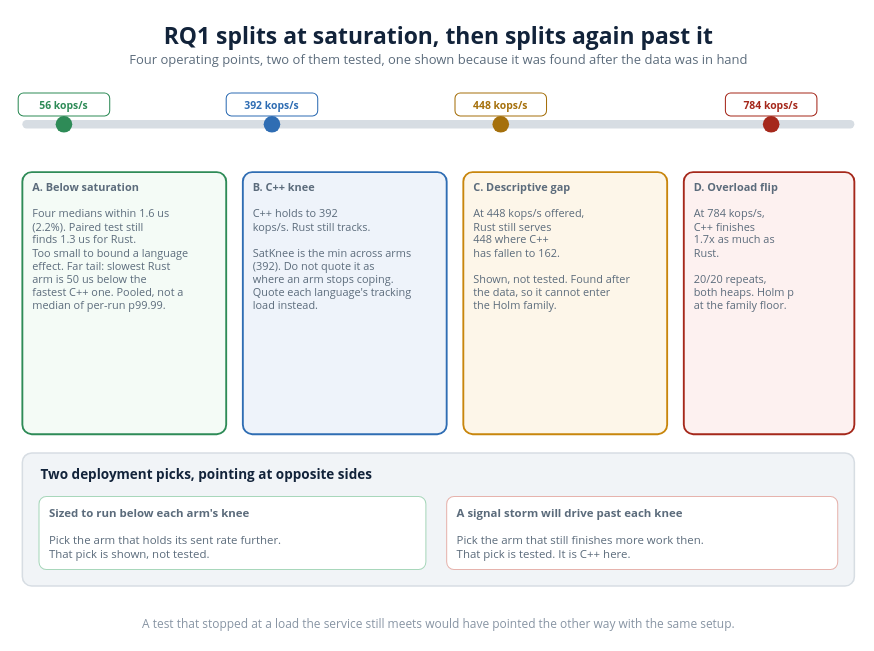
Above: page "Load regimes (RQ1)" (9 of 30) of diagrams/review/thesis_v3_review.drawio in VienThanh12/Master-Thesis (draw.io), before the change. Source tidied: cells renumbered, new cells numbered last; positions are measured from the earlier drawing's top-left corner, leaving out a move shared by most shapes. Both pictures are drawn from the tidied source at 104%, with x=0, y=0 at pixel (18, 17).
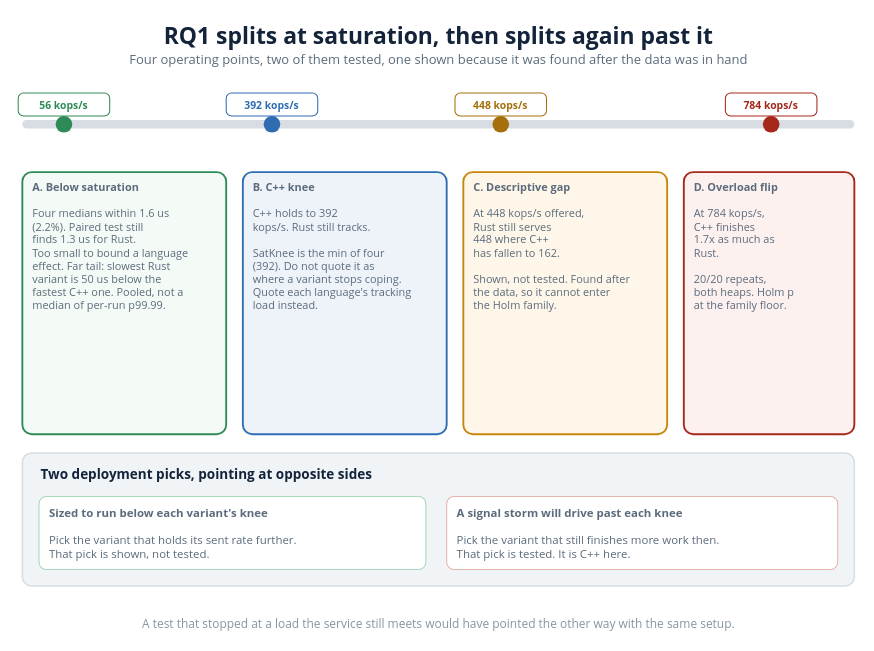
The same page after the edit.

Diff of the diagram source:
```diff
@@
-    <mxCell id="13" value="&lt;b&gt;A.  Below saturation&lt;/b&gt;&lt;br&gt;&lt;br&gt;Four medians within 1.6 us&lt;br&gt;(2.2%). Paired test still&lt;br&gt;finds 1.3 us for Rust.&lt;br&gt;Too small to bound a language&lt;br&gt;effect. Far tail: slowest Rust&lt;br&gt;arm is 50 us below the&lt;br&gt;fastest C++ one. Pooled, not a&lt;br&gt;median of per-run p99.99." style="rounded=1;whiteSpace=wrap;html=1;absoluteArcSize=1;arcSize=18;fillColor=#f4fbf6;strokeColor=#2e8b57;strokeWidth=1.8;align=left;verticalAlign=top;spacingLeft=8;spacingTop=2;spacingRight=6;fontSize=10.5;fontColor=#5b6b7b;fontFamily=Segoe UI;" parent="1" vertex="1">
+    <mxCell id="13" value="&lt;b&gt;A.  Below saturation&lt;/b&gt;&lt;br&gt;&lt;br&gt;Four medians within 1.6 us&lt;br&gt;(2.2%). Paired test still&lt;br&gt;finds 1.3 us for Rust.&lt;br&gt;Too small to bound a language&lt;br&gt;effect. Far tail: slowest Rust&lt;br&gt;variant is 50 us below the&lt;br&gt;fastest C++ one. Pooled, not a&lt;br&gt;median of per-run p99.99." style="rounded=1;whiteSpace=wrap;html=1;absoluteArcSize=1;arcSize=18;fillColor=#f4fbf6;strokeColor=#2e8b57;strokeWidth=1.8;align=left;verticalAlign=top;spacingLeft=8;spacingTop=2;spacingRight=6;fontSize=10.5;fontColor=#5b6b7b;fontFamily=Segoe UI;" parent="1" vertex="1">
       <mxGeometry x="4" y="149" width="196" height="252" as="geometry" />
     </mxCell>
-    <mxCell id="14" value="&lt;b&gt;B.  C++ knee&lt;/b&gt;&lt;br&gt;&lt;br&gt;C++ holds to 392&lt;br&gt;kops/s. Rust still tracks.&lt;br&gt;&lt;br&gt;SatKnee is the min across arms&lt;br&gt;(392). Do not quote it as&lt;br&gt;where an arm stops coping.&lt;br&gt;Quote each language's tracking&lt;br&gt;load instead." style="rounded=1;whiteSpace=wrap;html=1;absoluteArcSize=1;arcSize=18;fillColor=#eef3fa;strokeColor=#2f6db3;strokeWidth=1.8;align=left;verticalAlign=top;spacingLeft=8;spacingTop=2;spacingRight=6;fontSize=10.5;fontColor=#5b6b7b;fontFamily=Segoe UI;" parent="1" vertex="1">
+    <mxCell id="14" value="&lt;b&gt;B.  C++ knee&lt;/b&gt;&lt;br&gt;&lt;br&gt;C++ holds to 392&lt;br&gt;kops/s. Rust still tracks.&lt;br&gt;&lt;br&gt;SatKnee is the min of four&lt;br&gt;(392). Do not quote it as&lt;br&gt;where a variant stops coping.&lt;br&gt;Quote each language's tracking&lt;br&gt;load instead." style="rounded=1;whiteSpace=wrap;html=1;absoluteArcSize=1;arcSize=18;fillColor=#eef3fa;strokeColor=#2f6db3;strokeWidth=1.8;align=left;verticalAlign=top;spacingLeft=8;spacingTop=2;spacingRight=6;fontSize=10.5;fontColor=#5b6b7b;fontFamily=Segoe UI;" parent="1" vertex="1">
       <mxGeometry x="216" y="149" width="196" height="252" as="geometry" />
     </mxCell>
@@
-    <mxCell id="19" value="&lt;b&gt;Sized to run below each arm's knee&lt;/b&gt;&lt;br&gt;&lt;br&gt;Pick the arm that holds its sent rate further.&lt;br&gt;That pick is shown, not tested." style="rounded=1;whiteSpace=wrap;html=1;absoluteArcSize=1;arcSize=14;fillColor=#ffffff;strokeColor=#a8d7bb;strokeWidth=1.0;align=left;verticalAlign=top;spacingLeft=8;spacingTop=2;spacingRight=6;fontSize=11;fontColor=#5b6b7b;fontFamily=Segoe UI;" parent="1" vertex="1">
+    <mxCell id="19" value="&lt;b&gt;Sized to run below each variant's knee&lt;/b&gt;&lt;br&gt;&lt;br&gt;Pick the variant that holds its sent rate further.&lt;br&gt;That pick is shown, not tested." style="rounded=1;whiteSpace=wrap;html=1;absoluteArcSize=1;arcSize=14;fillColor=#ffffff;strokeColor=#a8d7bb;strokeWidth=1.0;align=left;verticalAlign=top;spacingLeft=8;spacingTop=2;spacingRight=6;fontSize=11;fontColor=#5b6b7b;fontFamily=Segoe UI;" parent="1" vertex="1">
       <mxGeometry x="20" y="461" width="372" height="70" as="geometry" />
     </mxCell>
-    <mxCell id="20" value="&lt;b&gt;A signal storm will drive past each knee&lt;/b&gt;&lt;br&gt;&lt;br&gt;Pick the arm that still finishes more work then.&lt;br&gt;That pick is tested. It is C++ here." style="rounded=1;whiteSpace=wrap;html=1;absoluteArcSize=1;arcSize=14;fillColor=#ffffff;strokeColor=#e6b3ad;strokeWidth=1.0;align=left;verticalAlign=top;spacingLeft=8;spacingTop=2;spacingRight=6;fontSize=11;fontColor=#5b6b7b;fontFamily=Segoe UI;" parent="1" vertex="1">
+    <mxCell id="20" value="&lt;b&gt;A signal storm will drive past each knee&lt;/b&gt;&lt;br&gt;&lt;br&gt;Pick the variant that still finishes more work then.&lt;br&gt;That pick is tested. It is C++ here." style="rounded=1;whiteSpace=wrap;html=1;absoluteArcSize=1;arcSize=14;fillColor=#ffffff;strokeColor=#e6b3ad;strokeWidth=1.0;align=left;verticalAlign=top;spacingLeft=8;spacingTop=2;spacingRight=6;fontSize=11;fontColor=#5b6b7b;fontFamily=Segoe UI;" parent="1" vertex="1">
       <mxGeometry x="412" y="461" width="376" height="70" as="geometry" />
     </mxCell>
```
